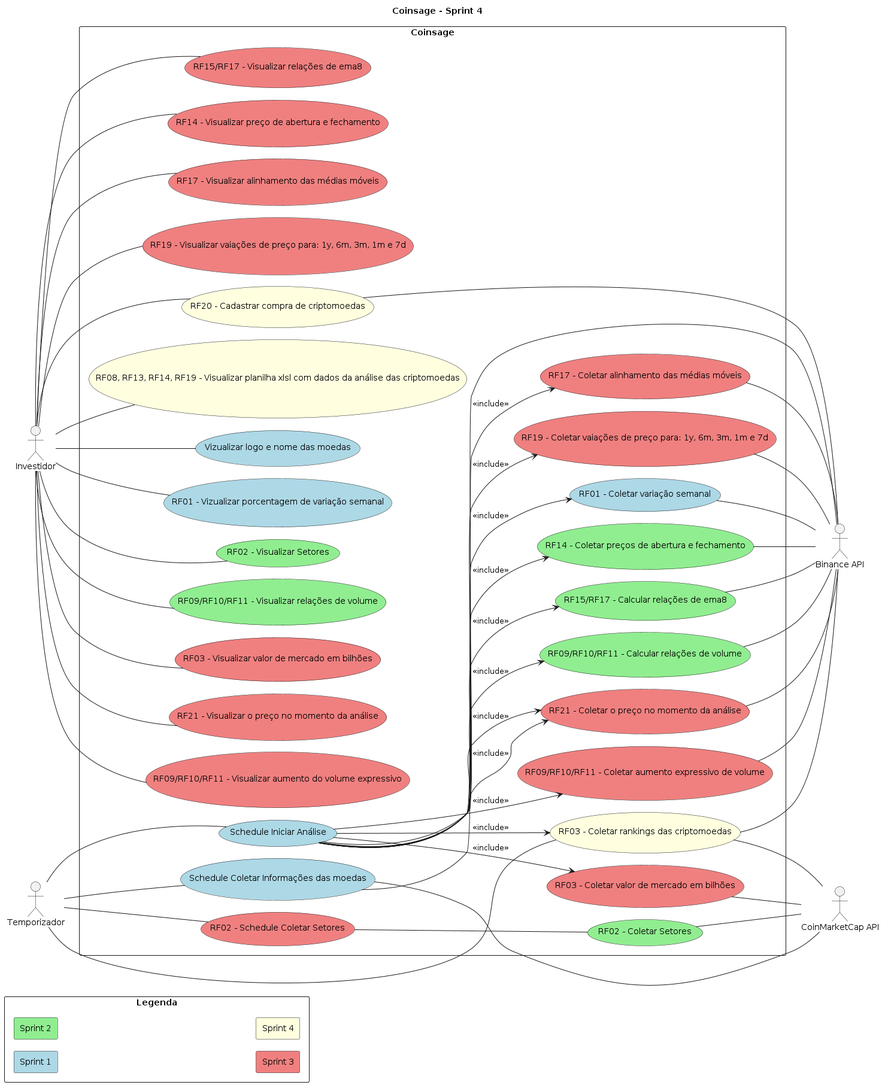
ICEI-PUC-Minas-PPLES-TI/plf-es-2024-1-ti3-8981100-coinsage keeps this PlantUML diagram as Artefatos/diagramas/casos_de_uso/versions/pngs/current.png. Above is the earlier version.
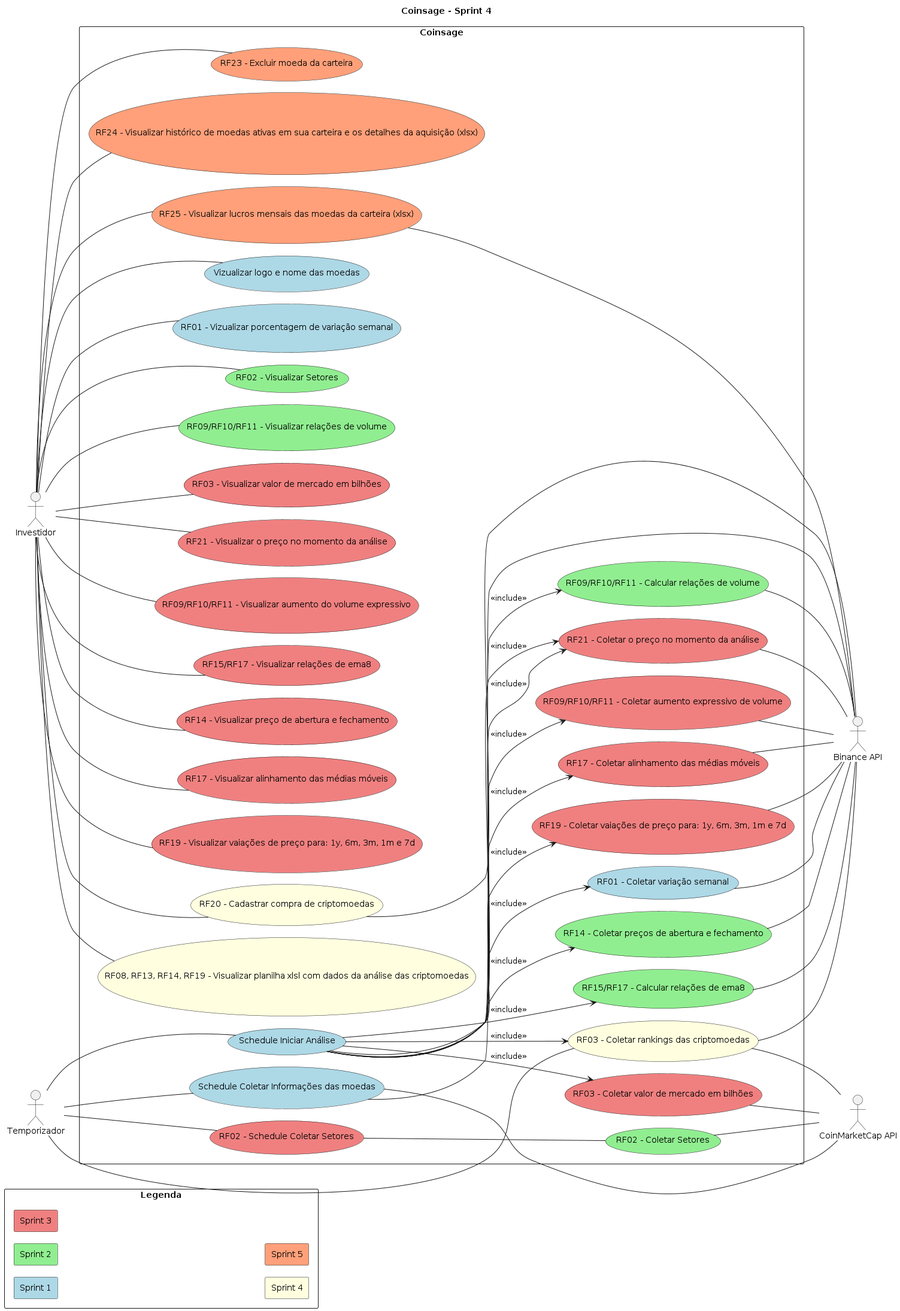
After the change.

Commit message:
updating usecase diagram according to sp5

The edit, as a diff of the source:
```diff
@@ -16,6 +16,7 @@
     rectangle "Sprint 2" #LightGreen
     rectangle "Sprint 3" #LightCoral
     rectangle "Sprint 4" #LightYellow
+    rectangle "Sprint 5" #LightSalmon
 }
 
 rectangle "Coinsage"{
@@ -51,6 +52,10 @@
     usecase "RF20 - Cadastrar compra de criptomoedas" as register_cripto #LightYellow
     usecase "RF08, RF13, RF14, RF19 - Visualizar planilha xlsl com dados da análise das criptomoedas" as view_xlsl #LightYellow
     usecase "RF03 - Coletar rankings das criptomoedas" as collect_rankings #LightYellow
+    usecase "RF23 - Excluir moeda da carteira" as delete_cripto #LightSalmon
+    usecase "RF24 - Visualizar histórico de moedas ativas em sua carteira e os detalhes da aquisição (xlsx)" as view_active_coins #LightSalmon
+    usecase "RF25 - Visualizar lucros mensais das moedas da carteira (xlsx)" as view_monthly_profits #LightSalmon
+
 }
 
 schedule -- sch_analysis
@@ -74,6 +79,7 @@
 collect_sectors -- cmc
 collect_rankings -- binance
 collect_rankings -- cmc
+view_monthly_profits -- binance
 
 investor -- view_sectors
 investor -- view_cripto_info
@@ -88,6 +94,9 @@
 investor -- view_cripto_price_variations
 investor -- view_xlsl
 investor -- register_cripto
+investor -- view_monthly_profits
+investor -- view_active_coins
+investor -- delete_cripto
 
 
 sch_analysis --> collect_cripto_week_incresse  : <<include>>
```
